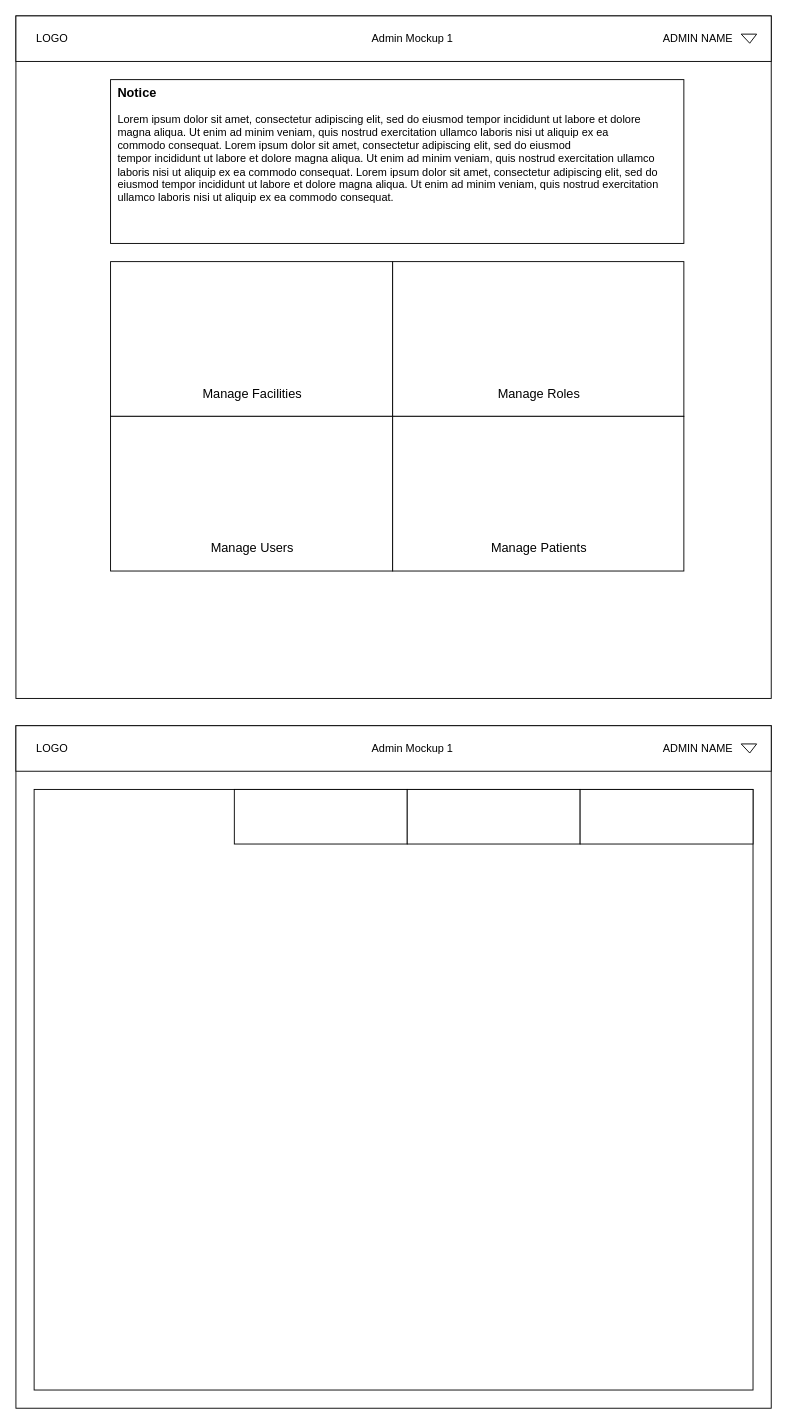
Before: page "Mockup 1" (1 of 2) of diagrams/AdminPage.drawio in empty-works/plain-emrs-no-fw, a draw.io diagram. Source tidied: cells renumbered, new cells numbered last; positions are measured from the earlier drawing's top-left corner, leaving out a move shared by most shapes. Both pictures are drawn from the tidied source at 91%, with x=0, y=0 at pixel (15, 15).
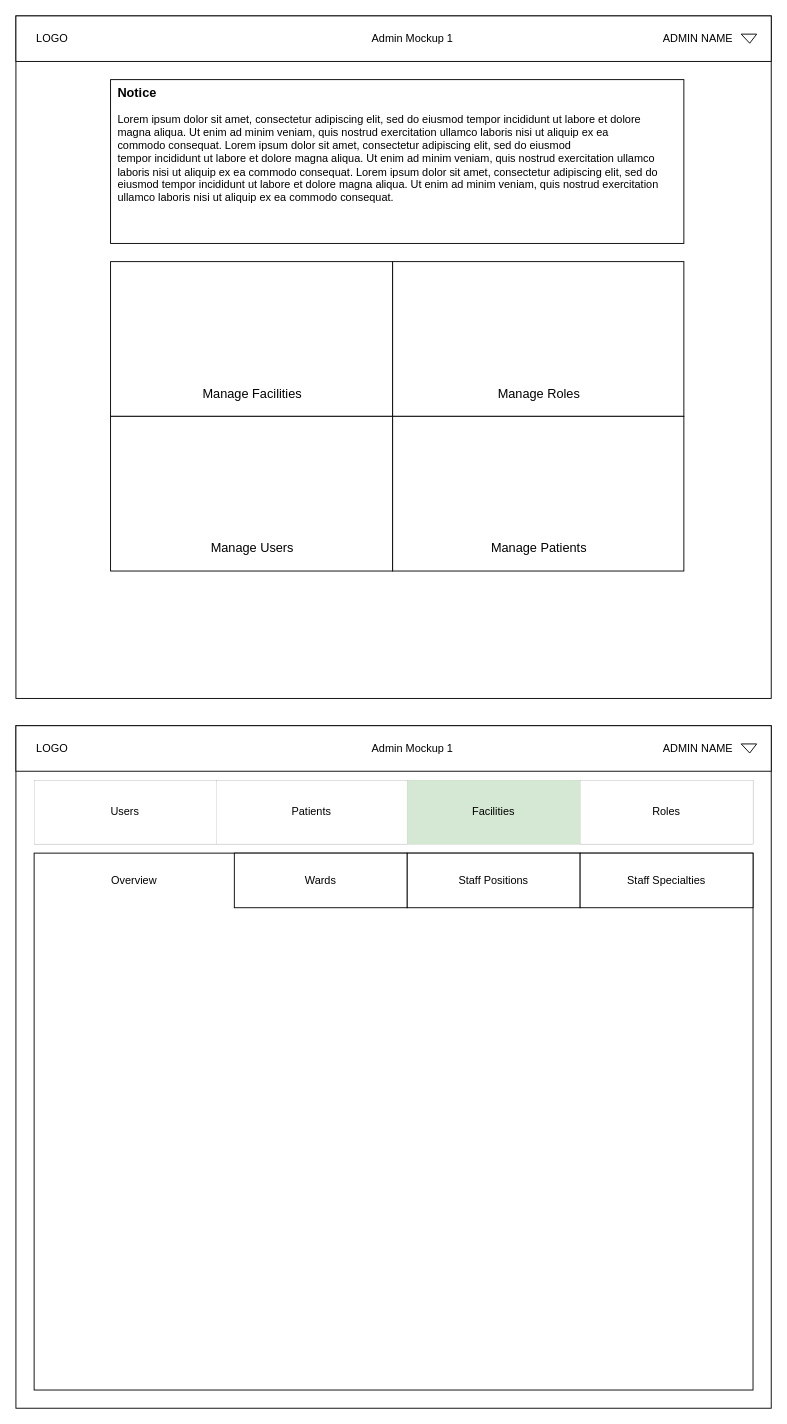
After the change.

Diff of the diagram source:
```diff
@@
     <mxCell id="25" style="rounded=0;whiteSpace=wrap;html=1;" parent="1" vertex="1">
-      <mxGeometry x="20" y="850" width="790" height="660" as="geometry" />
+      <mxGeometry x="20" y="920" width="790" height="590" as="geometry" />
     </mxCell>
-    <mxCell id="26" style="rounded=0;whiteSpace=wrap;html=1;" parent="1" vertex="1">
-      <mxGeometry x="240" y="850" width="190" height="60" as="geometry" />
+    <mxCell id="26" value="Wards" style="rounded=0;whiteSpace=wrap;html=1;" parent="1" vertex="1">
+      <mxGeometry x="240" y="920" width="190" height="60" as="geometry" />
     </mxCell>
-    <mxCell id="27" style="rounded=0;whiteSpace=wrap;html=1;" parent="1" vertex="1">
-      <mxGeometry x="430" y="850" width="190" height="60" as="geometry" />
+    <mxCell id="27" value="Staff Positions" style="rounded=0;whiteSpace=wrap;html=1;" parent="1" vertex="1">
+      <mxGeometry x="430" y="920" width="190" height="60" as="geometry" />
     </mxCell>
-    <mxCell id="28" style="rounded=0;whiteSpace=wrap;html=1;" parent="1" vertex="1">
-      <mxGeometry x="620" y="850" width="190" height="60" as="geometry" />
+    <mxCell id="28" value="Staff Specialties" style="rounded=0;whiteSpace=wrap;html=1;" parent="1" vertex="1">
+      <mxGeometry x="620" y="920" width="190" height="60" as="geometry" />
     </mxCell>
+    <mxCell id="29" style="rounded=0;whiteSpace=wrap;html=1;strokeWidth=0;" parent="1" vertex="1">
+      <mxGeometry x="20" y="840" width="790" height="70" as="geometry" />
+    </mxCell>
+    <mxCell id="30" value="Users" style="rounded=0;whiteSpace=wrap;html=1;strokeWidth=0;" parent="1" vertex="1">
+      <mxGeometry x="20" y="840" width="200" height="70" as="geometry" />
+    </mxCell>
+    <mxCell id="31" value="Patients" style="rounded=0;whiteSpace=wrap;html=1;strokeWidth=0;" parent="1" vertex="1">
+      <mxGeometry x="220" y="840" width="210" height="70" as="geometry" />
+    </mxCell>
+    <mxCell id="32" value="Facilities" style="rounded=0;whiteSpace=wrap;html=1;strokeWidth=0;fillColor=#d5e8d4;strokeColor=#82b366;" parent="1" vertex="1">
+      <mxGeometry x="430" y="840" width="190" height="70" as="geometry" />
+    </mxCell>
+    <mxCell id="33" value="Roles" style="rounded=0;whiteSpace=wrap;html=1;strokeWidth=0;" parent="1" vertex="1">
+      <mxGeometry x="620" y="840" width="190" height="70" as="geometry" />
+    </mxCell>
+    <mxCell id="34" value="Overview" style="text;html=1;strokeColor=none;fillColor=none;align=center;verticalAlign=middle;whiteSpace=wrap;rounded=0;" parent="1" vertex="1">
+      <mxGeometry x="30" y="935" width="200" height="30" as="geometry" />
+    </mxCell>
```
